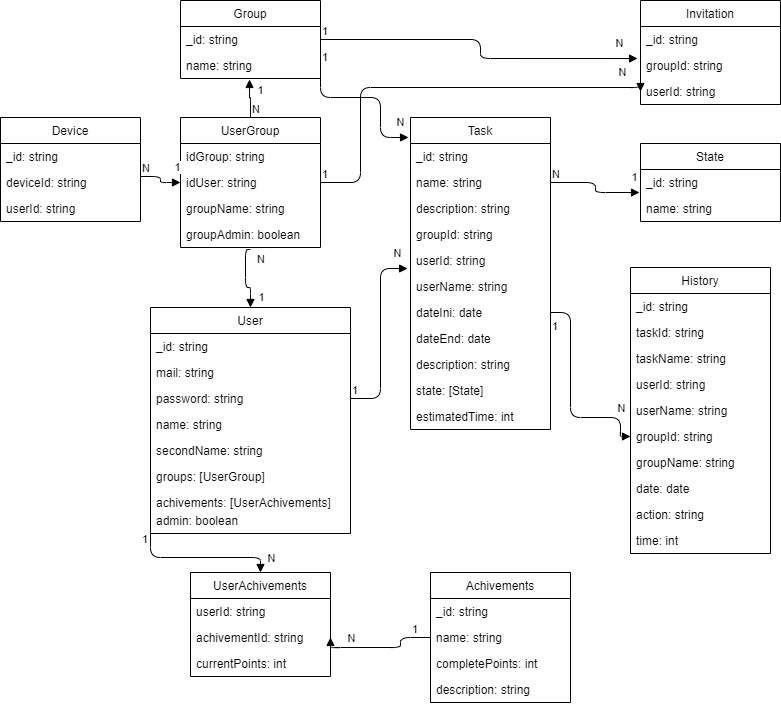
Before: entregables/uml/umlImp.png, a diagram exported from draw.io (jojube95/piset). Source tidied: cells renumbered, new cells last; positions are measured from the earlier drawing's top-left corner, leaving out a move shared by most shapes.
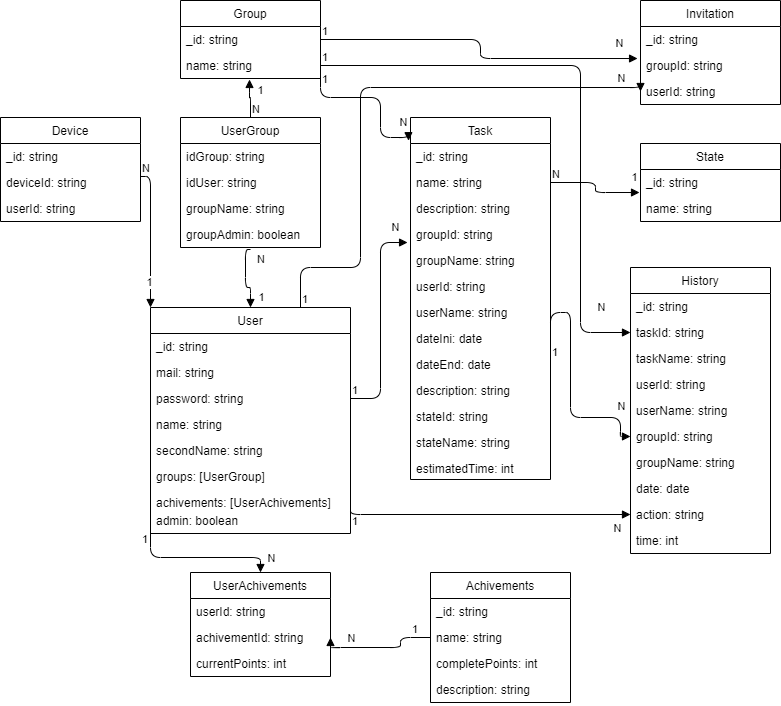
The same file after the commit.

The edit, as a diff of the source:
```diff
@@ -107,7 +107,7 @@
       </mxGeometry>
     </mxCell>
     <mxCell id="32" value="Task" style="swimlane;fontStyle=0;horizontal=1;startSize=26;fillColor=none;" parent="1" vertex="1">
-      <mxGeometry x="410" y="117" width="140" height="312" as="geometry" />
+      <mxGeometry x="410" y="117" width="140" height="362" as="geometry" />
     </mxCell>
     <mxCell id="33" value="_id: string" style="text;strokeColor=none;fillColor=none;align=left;verticalAlign=top;spacingLeft=4;spacingRight=4;overflow=hidden;" parent="32" vertex="1">
       <mxGeometry y="26" width="140" height="26" as="geometry" />
@@ -121,26 +121,32 @@
     <mxCell id="36" value="groupId: string" style="text;strokeColor=none;fillColor=none;align=left;verticalAlign=top;spacingLeft=4;spacingRight=4;overflow=hidden;" parent="32" vertex="1">
       <mxGeometry y="104" width="140" height="26" as="geometry" />
     </mxCell>
+    <mxCell id="38" value="groupName: string" style="text;strokeColor=none;fillColor=none;align=left;verticalAlign=top;spacingLeft=4;spacingRight=4;overflow=hidden;points=[[0,0.5],[1,0.5]];portConstraint=eastwest;" parent="32" vertex="1">
+      <mxGeometry y="130" width="140" height="26" as="geometry" />
+    </mxCell>
     <mxCell id="37" value="userId: string" style="text;strokeColor=none;fillColor=none;align=left;verticalAlign=top;spacingLeft=4;spacingRight=4;overflow=hidden;" parent="32" vertex="1">
-      <mxGeometry y="130" width="140" height="26" as="geometry" />
+      <mxGeometry y="156" width="140" height="26" as="geometry" />
     </mxCell>
-    <mxCell id="38" value="userName: string" style="text;strokeColor=none;fillColor=none;align=left;verticalAlign=top;spacingLeft=4;spacingRight=4;overflow=hidden;points=[[0,0.5],[1,0.5]];portConstraint=eastwest;" parent="32" vertex="1">
-      <mxGeometry y="156" width="140" height="26" as="geometry" />
-    </mxCell>
+    <mxCell id="95" value="userName: string" style="text;strokeColor=none;fillColor=none;align=left;verticalAlign=top;spacingLeft=4;spacingRight=4;overflow=hidden;" parent="32" vertex="1">
+      <mxGeometry y="182" width="140" height="26" as="geometry" />
+    </mxCell>
     <mxCell id="39" value="dateIni: date" style="text;strokeColor=none;fillColor=none;align=left;verticalAlign=top;spacingLeft=4;spacingRight=4;overflow=hidden;points=[[0,0.5],[1,0.5]];portConstraint=eastwest;" parent="32" vertex="1">
-      <mxGeometry y="182" width="140" height="26" as="geometry" />
+      <mxGeometry y="208" width="140" height="26" as="geometry" />
     </mxCell>
     <mxCell id="40" value="dateEnd: date" style="text;strokeColor=none;fillColor=none;align=left;verticalAlign=top;spacingLeft=4;spacingRight=4;overflow=hidden;" parent="32" vertex="1">
-      <mxGeometry y="208" width="140" height="26" as="geometry" />
+      <mxGeometry y="234" width="140" height="26" as="geometry" />
     </mxCell>
     <mxCell id="41" value="description: string" style="text;strokeColor=none;fillColor=none;align=left;verticalAlign=top;spacingLeft=4;spacingRight=4;overflow=hidden;" parent="32" vertex="1">
-      <mxGeometry y="234" width="140" height="26" as="geometry" />
+      <mxGeometry y="260" width="140" height="26" as="geometry" />
     </mxCell>
-    <mxCell id="42" value="state: [State]" style="text;strokeColor=none;fillColor=none;align=left;verticalAlign=top;spacingLeft=4;spacingRight=4;overflow=hidden;" parent="32" vertex="1">
-      <mxGeometry y="260" width="140" height="26" as="geometry" />
+    <mxCell id="42" value="stateId: string" style="text;strokeColor=none;fillColor=none;align=left;verticalAlign=top;spacingLeft=4;spacingRight=4;overflow=hidden;" parent="32" vertex="1">
+      <mxGeometry y="286" width="140" height="26" as="geometry" />
     </mxCell>
+    <mxCell id="96" value="stateName: string" style="text;strokeColor=none;fillColor=none;align=left;verticalAlign=top;spacingLeft=4;spacingRight=4;overflow=hidden;" parent="32" vertex="1">
+      <mxGeometry y="312" width="140" height="26" as="geometry" />
+    </mxCell>
     <mxCell id="43" value="estimatedTime: int" style="text;strokeColor=none;fillColor=none;align=left;verticalAlign=top;spacingLeft=4;spacingRight=4;overflow=hidden;" parent="32" vertex="1">
-      <mxGeometry y="286" width="140" height="26" as="geometry" />
+      <mxGeometry y="338" width="140" height="24" as="geometry" />
     </mxCell>
     <mxCell id="44" style="endArrow=block;endFill=1;html=1;edgeStyle=orthogonalEdgeStyle;align=left;verticalAlign=top;exitX=1;exitY=0.5;exitDx=0;exitDy=0;entryX=-0.014;entryY=0.064;entryDx=0;entryDy=0;entryPerimeter=0;" parent="1" edge="1" source="4" target="32">
       <mxGeometry x="-1" relative="1" as="geometry">
@@ -182,7 +188,7 @@
     <mxCell id="53" value="userId: string" style="text;strokeColor=none;fillColor=none;align=left;verticalAlign=top;spacingLeft=4;spacingRight=4;overflow=hidden;" parent="50" vertex="1">
       <mxGeometry y="78" width="140" height="26" as="geometry" />
     </mxCell>
-    <mxCell id="54" style="endArrow=block;endFill=1;html=1;edgeStyle=orthogonalEdgeStyle;align=left;verticalAlign=top;exitX=1;exitY=0.269;exitDx=0;exitDy=0;entryX=0;entryY=0.5;entryDx=0;entryDy=0;exitPerimeter=0;" parent="1" edge="1" source="52" target="23">
+    <mxCell id="54" style="endArrow=block;endFill=1;html=1;edgeStyle=orthogonalEdgeStyle;align=left;verticalAlign=top;exitX=1;exitY=0.269;exitDx=0;exitDy=0;entryX=0;entryY=0;entryDx=0;entryDy=0;exitPerimeter=0;" parent="1" edge="1" source="52" target="12">
       <mxGeometry x="-1" relative="1" as="geometry" />
     </mxCell>
     <mxCell id="55" value="N" style="edgeLabel;html=1;align=left;verticalAlign=bottom;" parent="54" vertex="1">
@@ -202,10 +208,11 @@
     <mxCell id="59" value="name: string" style="text;strokeColor=none;fillColor=none;align=left;verticalAlign=top;spacingLeft=4;spacingRight=4;overflow=hidden;points=[[0,0.5],[1,0.5]];portConstraint=eastwest;" parent="57" vertex="1">
       <mxGeometry y="52" width="140" height="26" as="geometry" />
     </mxCell>
-    <mxCell id="60" style="endArrow=block;endFill=1;html=1;edgeStyle=orthogonalEdgeStyle;align=left;verticalAlign=top;exitX=1;exitY=0.5;exitDx=0;exitDy=0;entryX=0;entryY=0.5;entryDx=0;entryDy=0;" parent="1" edge="1" source="23" target="8">
+    <mxCell id="60" style="endArrow=block;endFill=1;html=1;edgeStyle=orthogonalEdgeStyle;align=left;verticalAlign=top;exitX=0.75;exitY=0;exitDx=0;exitDy=0;entryX=0;entryY=0.5;entryDx=0;entryDy=0;" parent="1" edge="1" source="12" target="8">
       <mxGeometry x="-1" relative="1" as="geometry">
         <Array as="points">
-          <mxPoint x="360" y="182" />
+          <mxPoint x="300" y="267" />
+          <mxPoint x="360" y="267" />
           <mxPoint x="360" y="87" />
           <mxPoint x="640" y="87" />
         </Array>
@@ -216,7 +223,7 @@
     </mxCell>
     <mxCell id="62" value="N" style="edgeLabel;html=1;align=center;verticalAlign=middle;" parent="60" vertex="1">
       <mxGeometry x="0.89" y="-2" relative="1" as="geometry">
-        <mxPoint y="-17" as="offset" />
+        <mxPoint x="7" y="-12" as="offset" />
       </mxGeometry>
     </mxCell>
     <mxCell id="63" value="History" style="swimlane;fontStyle=0;horizontal=1;startSize=26;fillColor=none;" parent="1" vertex="1">
@@ -347,5 +354,41 @@
         <mxPoint y="-17" as="offset" />
       </mxGeometry>
     </mxCell>
+    <mxCell id="97" style="endArrow=block;endFill=1;html=1;edgeStyle=orthogonalEdgeStyle;align=left;verticalAlign=top;entryX=0;entryY=0.5;entryDx=0;entryDy=0;" parent="1" edge="1" target="72">
+      <mxGeometry x="-1" relative="1" as="geometry">
+        <mxPoint x="350" y="507" as="sourcePoint" />
+        <Array as="points">
+          <mxPoint x="350" y="514" />
+        </Array>
+      </mxGeometry>
+    </mxCell>
+    <mxCell id="98" value="1" style="edgeLabel;html=1;align=left;verticalAlign=bottom;" parent="97" vertex="1">
+      <mxGeometry x="-1" relative="1" as="geometry">
+        <mxPoint y="22" as="offset" />
+      </mxGeometry>
+    </mxCell>
+    <mxCell id="99" value="N" style="edgeLabel;html=1;align=center;verticalAlign=middle;" parent="97" vertex="1">
+      <mxGeometry x="0.89" y="-2" relative="1" as="geometry">
+        <mxPoint x="2" y="11" as="offset" />
+      </mxGeometry>
+    </mxCell>
+    <mxCell id="100" style="endArrow=block;endFill=1;html=1;edgeStyle=orthogonalEdgeStyle;align=left;verticalAlign=top;exitX=1;exitY=0.5;exitDx=0;exitDy=0;entryX=0;entryY=0.5;entryDx=0;entryDy=0;" parent="1" edge="1" source="4" target="65">
+      <mxGeometry x="-1" relative="1" as="geometry">
+        <Array as="points">
+          <mxPoint x="580" y="65" />
+          <mxPoint x="580" y="332" />
+        </Array>
+      </mxGeometry>
+    </mxCell>
+    <mxCell id="101" value="1" style="edgeLabel;html=1;align=left;verticalAlign=bottom;" parent="100" vertex="1">
+      <mxGeometry x="-1" relative="1" as="geometry">
+        <mxPoint y="22" as="offset" />
+      </mxGeometry>
+    </mxCell>
+    <mxCell id="102" value="N" style="edgeLabel;html=1;align=center;verticalAlign=middle;" parent="100" vertex="1">
+      <mxGeometry x="0.89" y="-2" relative="1" as="geometry">
+        <mxPoint x="2" y="-28" as="offset" />
+      </mxGeometry>
+    </mxCell>
   </root>
 </mxGraphModel>
```
